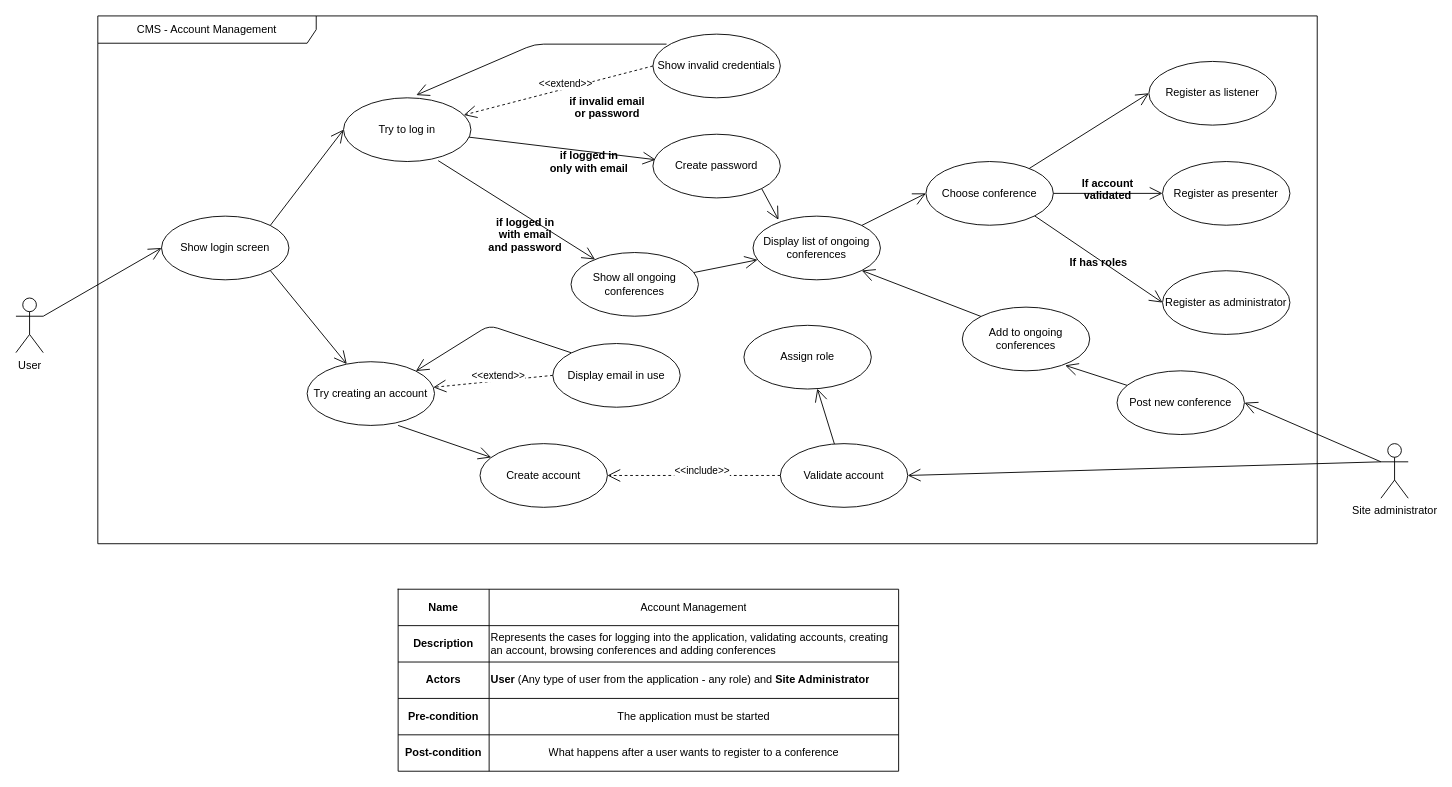
Above: Documentation/Diagrams/Case/AccountManagementCase.drawio in raresica1234/ATAR-SE (draw.io), before the change. Source tidied: cells renumbered, new cells numbered last; positions are measured from the earlier drawing's top-left corner, leaving out a move shared by most shapes. Both pictures are drawn from the tidied source at 91%, with x=0, y=0 at pixel (15, 15).
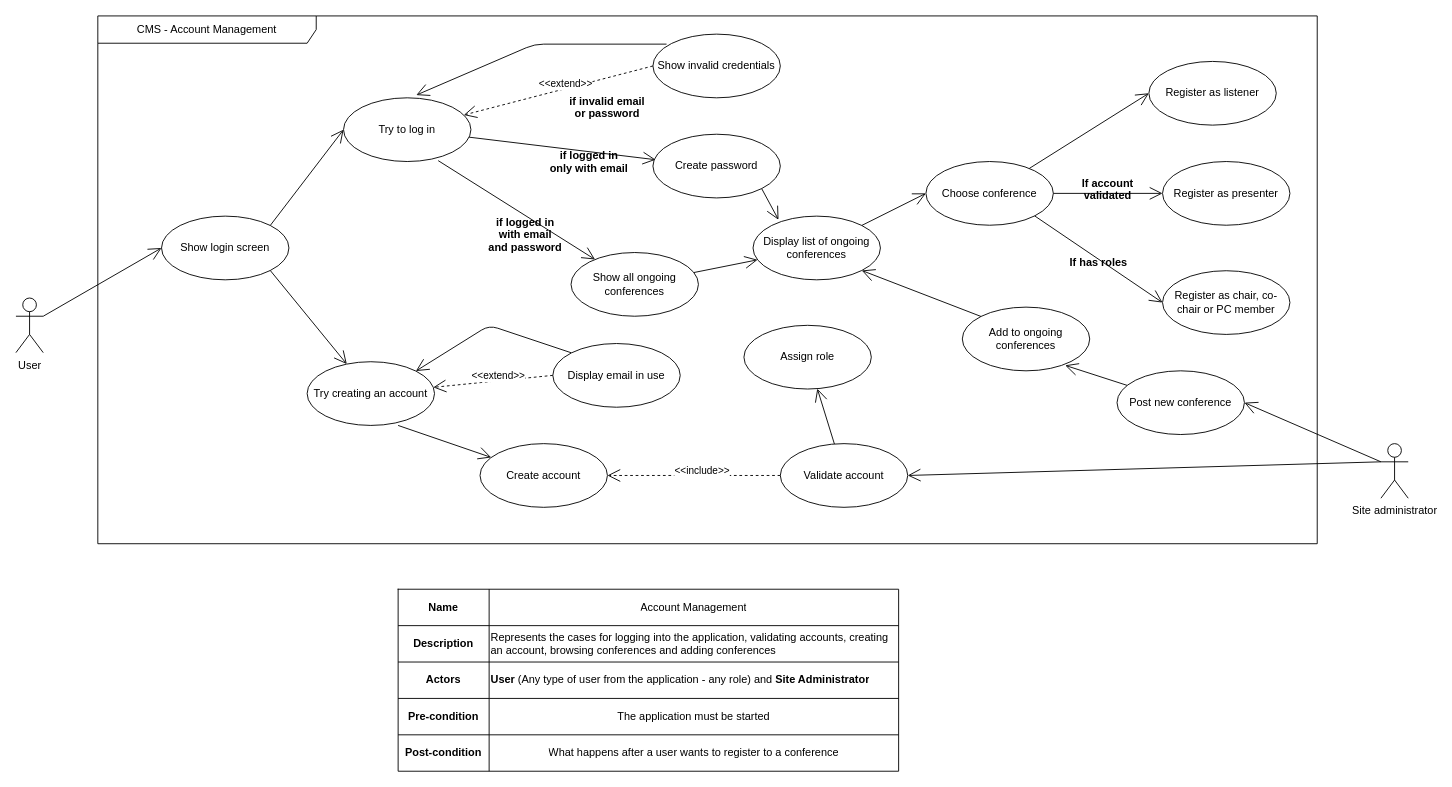
The same diagram, later.

Commit message:
Change administrator to chair, co-chair or PC member

Diff of the diagram source:
```diff
@@
-    <mxCell id="40" value="Register as administrator" style="ellipse;whiteSpace=wrap;html=1;" parent="1" vertex="1">
+    <mxCell id="40" value="Register as chair, co-chair or PC member" style="ellipse;whiteSpace=wrap;html=1;" parent="1" vertex="1">
       <mxGeometry x="1260" y="280" width="140" height="70" as="geometry" />
     </mxCell>
```
